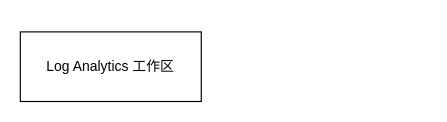
This is azure monitor.drawio from wqldev/work-file, a draw.io file, before an edit. Source tidied: cells renumbered, new cells numbered last; positions are measured from the earlier drawing's top-left corner, leaving out a move shared by most shapes. Both pictures are drawn from the tidied source at 116%, with x=0, y=0 at pixel (20, 31).
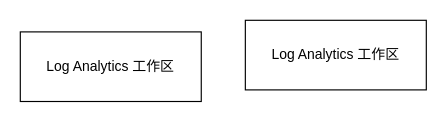
The same page after the edit.

Diff of the diagram source:
```diff
@@
 <mxGraphModel>
   <root>
     <mxCell id="0" />
     <mxCell id="1" parent="0" />
     <mxCell id="2" value="Log Analytics 工作区" style="whiteSpace=wrap;html=1;labelBackgroundColor=none;" parent="1" vertex="1">
       <mxGeometry width="156" height="60" as="geometry" />
     </mxCell>
+    <mxCell id="3" value="Log Analytics 工作区" style="whiteSpace=wrap;html=1;labelBackgroundColor=none;" parent="1" vertex="1">
+      <mxGeometry x="194" y="-10" width="156" height="60" as="geometry" />
+    </mxCell>
   </root>
 </mxGraphModel>
```
